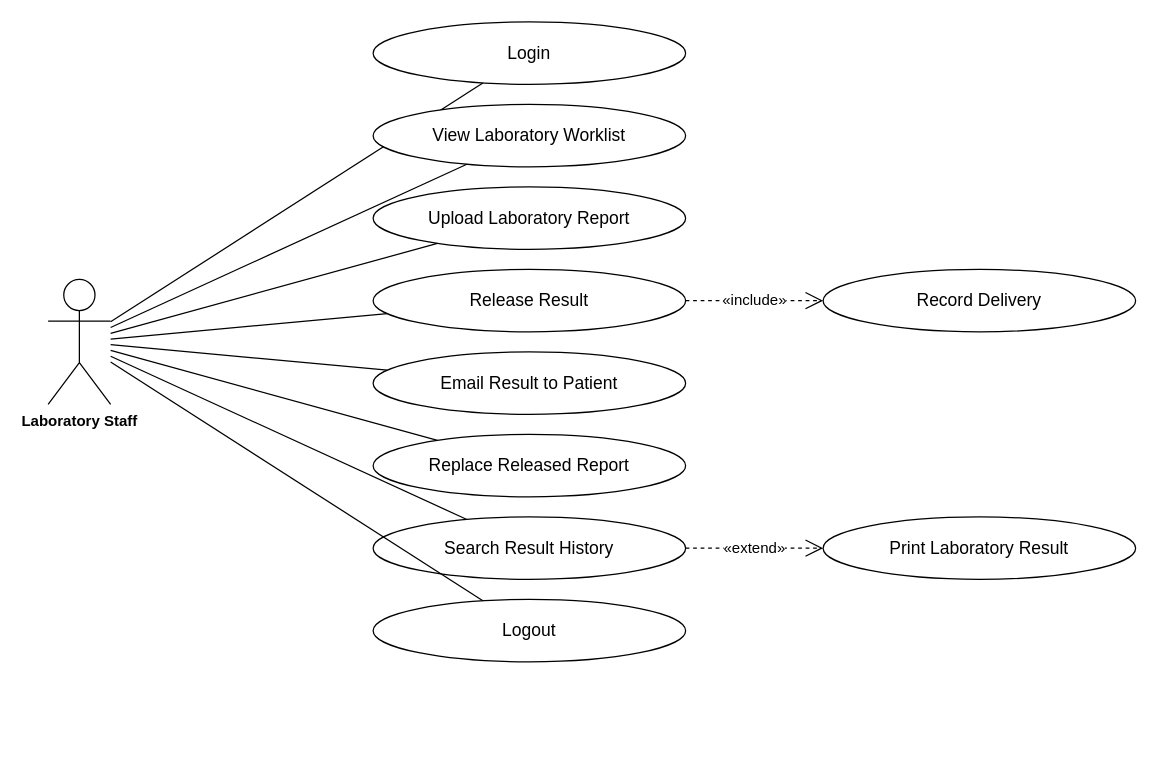
Diazzzz-cpu/Enlogada-Clinic-Management-System keeps this draw.io diagram as page "Laboratory Staff" (5 of 8) of docs/diagrams/usecases.drawio. Above is the earlier version. Source tidied: cells renumbered, new cells numbered last; positions are measured from the earlier drawing's top-left corner, leaving out a move shared by most shapes. Both pictures are drawn from the tidied source at 125%, with x=0, y=0 at pixel (48, 21).
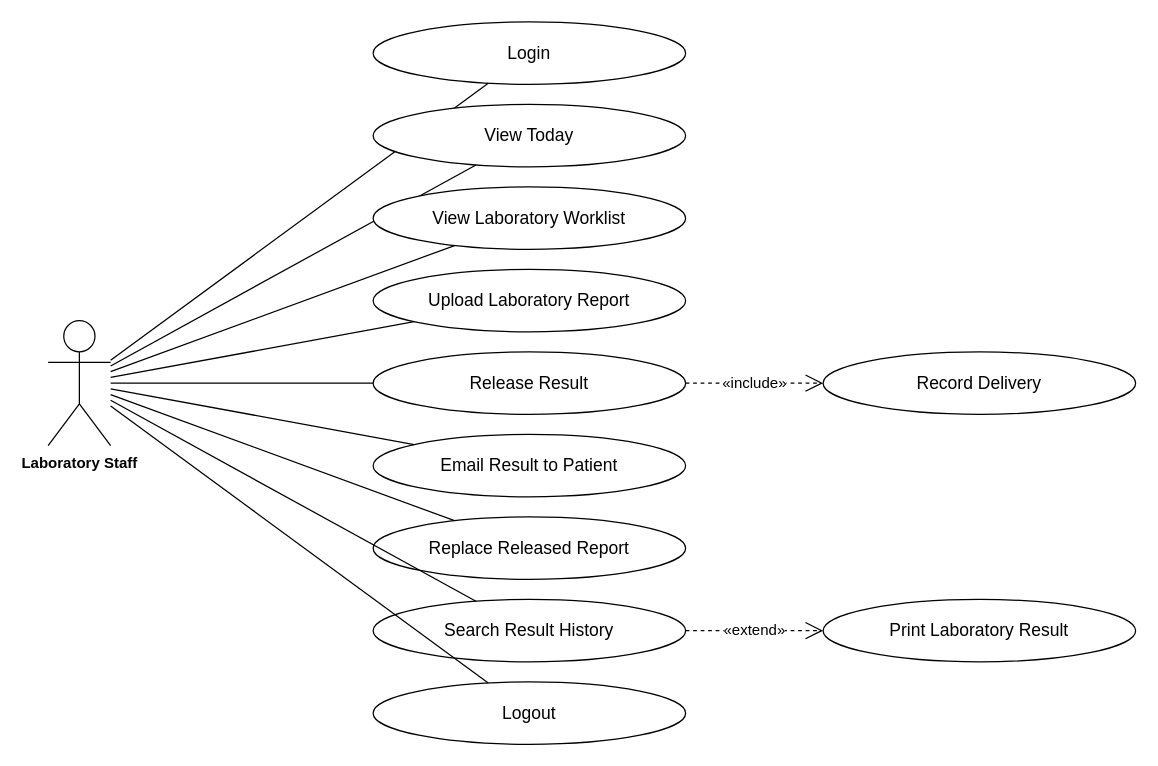
After the change.

What changed in the source:
```diff
@@
     <mxCell id="2" value="Laboratory Staff" style="shape=umlActor;verticalLabelPosition=bottom;verticalAlign=top;html=1;outlineConnect=0;fontFamily=Helvetica;fontSize=12;fontStyle=1;" parent="1" vertex="1">
-      <mxGeometry y="206" width="50" height="100" as="geometry" />
+      <mxGeometry y="239" width="50" height="100" as="geometry" />
     </mxCell>
@@
-    <mxCell id="5" value="View Laboratory Worklist" style="ellipse;whiteSpace=wrap;html=1;fontFamily=Helvetica;fontSize=14;fontColor=#000000;strokeColor=#000000;" parent="1" vertex="1">
+    <mxCell id="5" value="View Today" style="ellipse;whiteSpace=wrap;html=1;fontFamily=Helvetica;fontSize=14;fontColor=#000000;strokeColor=#000000;" parent="1" vertex="1">
       <mxGeometry x="260" y="66" width="250" height="50" as="geometry" />
     </mxCell>
@@
-    <mxCell id="7" value="Upload Laboratory Report" style="ellipse;whiteSpace=wrap;html=1;fontFamily=Helvetica;fontSize=14;fontColor=#000000;strokeColor=#000000;" parent="1" vertex="1">
+    <mxCell id="7" value="View Laboratory Worklist" style="ellipse;whiteSpace=wrap;html=1;fontFamily=Helvetica;fontSize=14;fontColor=#000000;strokeColor=#000000;" parent="1" vertex="1">
       <mxGeometry x="260" y="132" width="250" height="50" as="geometry" />
     </mxCell>
@@
-    <mxCell id="9" value="Release Result" style="ellipse;whiteSpace=wrap;html=1;fontFamily=Helvetica;fontSize=14;fontColor=#000000;strokeColor=#000000;" parent="1" vertex="1">
+    <mxCell id="9" value="Upload Laboratory Report" style="ellipse;whiteSpace=wrap;html=1;fontFamily=Helvetica;fontSize=14;fontColor=#000000;strokeColor=#000000;" parent="1" vertex="1">
       <mxGeometry x="260" y="198" width="250" height="50" as="geometry" />
     </mxCell>
@@
-    <mxCell id="11" value="Email Result to Patient" style="ellipse;whiteSpace=wrap;html=1;fontFamily=Helvetica;fontSize=14;fontColor=#000000;strokeColor=#000000;" parent="1" vertex="1">
+    <mxCell id="11" value="Release Result" style="ellipse;whiteSpace=wrap;html=1;fontFamily=Helvetica;fontSize=14;fontColor=#000000;strokeColor=#000000;" parent="1" vertex="1">
       <mxGeometry x="260" y="264" width="250" height="50" as="geometry" />
     </mxCell>
@@
-    <mxCell id="13" value="Replace Released Report" style="ellipse;whiteSpace=wrap;html=1;fontFamily=Helvetica;fontSize=14;fontColor=#000000;strokeColor=#000000;" parent="1" vertex="1">
+    <mxCell id="13" value="Email Result to Patient" style="ellipse;whiteSpace=wrap;html=1;fontFamily=Helvetica;fontSize=14;fontColor=#000000;strokeColor=#000000;" parent="1" vertex="1">
       <mxGeometry x="260" y="330" width="250" height="50" as="geometry" />
     </mxCell>
@@
-    <mxCell id="15" value="Search Result History" style="ellipse;whiteSpace=wrap;html=1;fontFamily=Helvetica;fontSize=14;fontColor=#000000;strokeColor=#000000;" parent="1" vertex="1">
+    <mxCell id="15" value="Replace Released Report" style="ellipse;whiteSpace=wrap;html=1;fontFamily=Helvetica;fontSize=14;fontColor=#000000;strokeColor=#000000;" parent="1" vertex="1">
       <mxGeometry x="260" y="396" width="250" height="50" as="geometry" />
     </mxCell>
@@
-    <mxCell id="17" value="Logout" style="ellipse;whiteSpace=wrap;html=1;fontFamily=Helvetica;fontSize=14;fontColor=#000000;strokeColor=#000000;" parent="1" vertex="1">
+    <mxCell id="17" value="Search Result History" style="ellipse;whiteSpace=wrap;html=1;fontFamily=Helvetica;fontSize=14;fontColor=#000000;strokeColor=#000000;" parent="1" vertex="1">
       <mxGeometry x="260" y="462" width="250" height="50" as="geometry" />
     </mxCell>
@@
-    <mxCell id="19" value="Print Laboratory Result" style="ellipse;whiteSpace=wrap;html=1;fontFamily=Helvetica;fontSize=14;fontColor=#000000;strokeColor=#000000;" parent="1" vertex="1">
-      <mxGeometry x="620" y="396" width="250" height="50" as="geometry" />
+    <mxCell id="19" value="Logout" style="ellipse;whiteSpace=wrap;html=1;fontFamily=Helvetica;fontSize=14;fontColor=#000000;strokeColor=#000000;" parent="1" vertex="1">
+      <mxGeometry x="260" y="528" width="250" height="50" as="geometry" />
     </mxCell>
-    <mxCell id="20" value="«extend»" style="endArrow=open;endSize=12;dashed=1;html=1;fontFamily=Helvetica;fontSize=12;fontColor=#000000;strokeColor=#000000;" parent="1" edge="1" source="15" target="19">
+    <mxCell id="20" style="edgeStyle=none;rounded=0;html=1;endArrow=none;fontFamily=Helvetica;fontSize=12;fontColor=#000000;strokeColor=#000000;" parent="1" edge="1" source="2" target="19">
       <mxGeometry relative="1" as="geometry" />
     </mxCell>
-    <mxCell id="21" value="Record Delivery" style="ellipse;whiteSpace=wrap;html=1;fontFamily=Helvetica;fontSize=14;fontColor=#000000;strokeColor=#000000;" parent="1" vertex="1">
-      <mxGeometry x="620" y="198" width="250" height="50" as="geometry" />
+    <mxCell id="21" value="Print Laboratory Result" style="ellipse;whiteSpace=wrap;html=1;fontFamily=Helvetica;fontSize=14;fontColor=#000000;strokeColor=#000000;" parent="1" vertex="1">
+      <mxGeometry x="620" y="462" width="250" height="50" as="geometry" />
     </mxCell>
-    <mxCell id="22" value="«include»" style="endArrow=open;endSize=12;dashed=1;html=1;fontFamily=Helvetica;fontSize=12;fontColor=#000000;strokeColor=#000000;" parent="1" edge="1" source="9" target="21">
+    <mxCell id="22" value="«extend»" style="endArrow=open;endSize=12;dashed=1;html=1;fontFamily=Helvetica;fontSize=12;fontColor=#000000;strokeColor=#000000;" parent="1" edge="1" source="17" target="21">
       <mxGeometry relative="1" as="geometry" />
     </mxCell>
+    <mxCell id="23" value="Record Delivery" style="ellipse;whiteSpace=wrap;html=1;fontFamily=Helvetica;fontSize=14;fontColor=#000000;strokeColor=#000000;" parent="1" vertex="1">
+      <mxGeometry x="620" y="264" width="250" height="50" as="geometry" />
+    </mxCell>
+    <mxCell id="24" value="«include»" style="endArrow=open;endSize=12;dashed=1;html=1;fontFamily=Helvetica;fontSize=12;fontColor=#000000;strokeColor=#000000;" parent="1" edge="1" source="11" target="23">
+      <mxGeometry relative="1" as="geometry" />
+    </mxCell>
```
